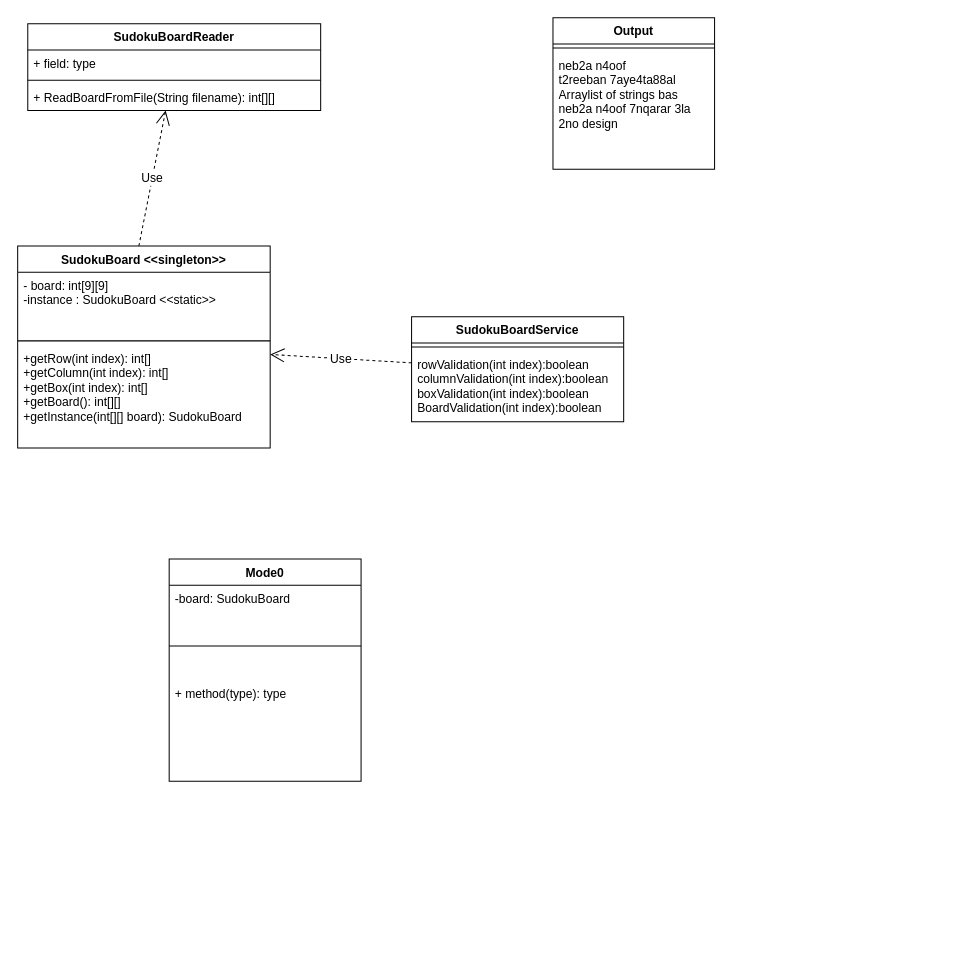
This is Class Diagram.drawio from 23010477/Lab9_Sodoku_solution_verifier, a draw.io file, before an edit. Source tidied: cells renumbered, new cells numbered last; positions are measured from the earlier drawing's top-left corner, leaving out a move shared by most shapes. Both pictures are drawn from the tidied source at 101%, with x=0, y=0 at pixel (17, 17).
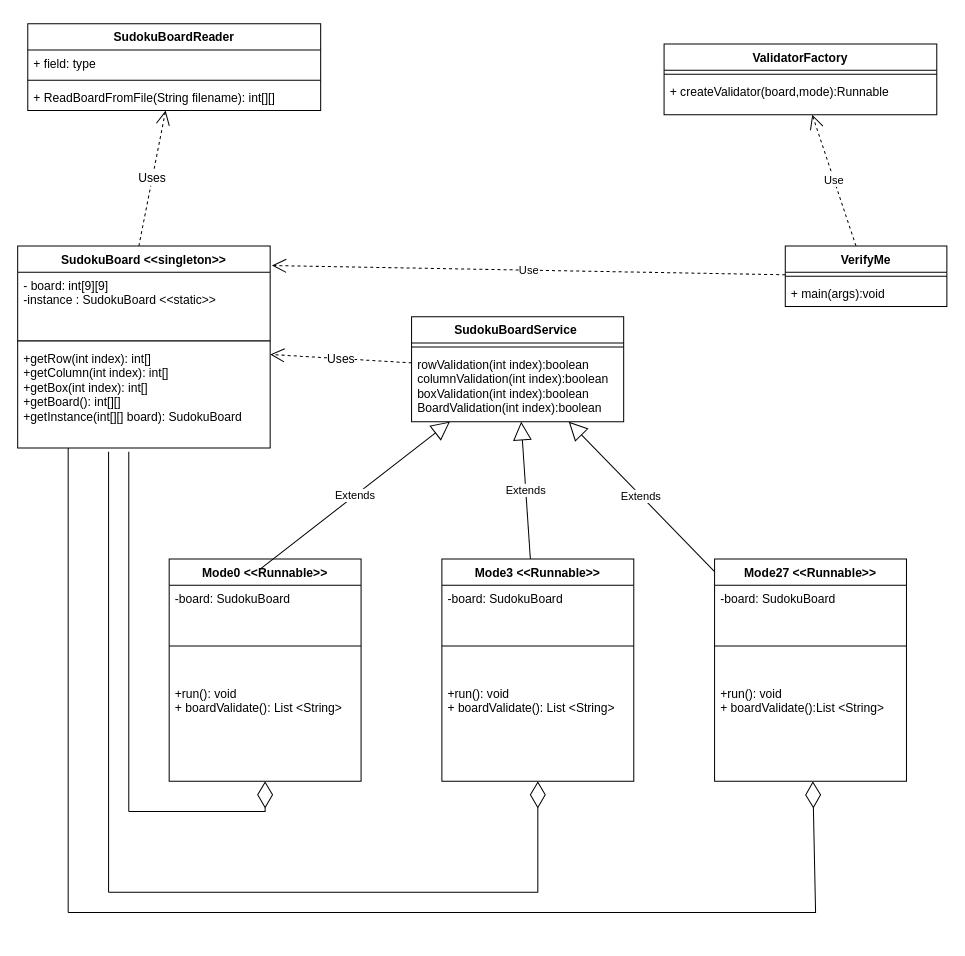
The same diagram, later.

Unchanged cells that the change refers to:
```xml
<mxCell id="2" value="SudokuBoardReader" style="swimlane;fontStyle=1;align=center;verticalAlign=top;horizontal=1;startSize=26;whiteSpace=wrap;html=1;" parent="1" vertex="1">
  <mxGeometry x="10" y="6" width="290" height="86" as="geometry" />
</mxCell>
<mxCell id="6" value="SudokuBoard &amp;lt;&amp;lt;singleton&amp;gt;&amp;gt;" style="swimlane;fontStyle=1;align=center;verticalAlign=top;horizontal=1;startSize=26;whiteSpace=wrap;html=1;" parent="1" vertex="1">
  <mxGeometry y="226" width="250" height="200" as="geometry" />
</mxCell>
<mxCell id="10" value="+getRow(int index): int[]&lt;div&gt;+getColumn(int index):&amp;nbsp;int[]&lt;/div&gt;&lt;div&gt;+getBox(int index): int[]&lt;/div&gt;&lt;div&gt;+getBoard(): int[][]&lt;br&gt;+getInstance(int[][] board): SudokuBoard&lt;/div&gt;" style="text;strokeColor=none;fillColor=none;align=left;verticalAlign=top;spacingLeft=4;spacingRight=4;overflow=hidden;points=[[0,0.5],[1,0.5]];portConstraint=eastwest;whiteSpace=wrap;html=1;" parent="6" vertex="1">
  <mxGeometry y="98" width="250" height="102" as="geometry" />
</mxCell>
```

Diff of the diagram source:
```diff
@@
-    <mxCell id="7" value="Use" style="endArrow=open;endSize=12;dashed=1;html=1;rounded=0;fontSize=12;curved=1;" parent="6" edge="1" target="2">
+    <mxCell id="7" value="Uses" style="endArrow=open;endSize=12;dashed=1;html=1;rounded=0;fontSize=12;curved=1;" parent="6" edge="1" target="2">
       <mxGeometry relative="1" as="geometry">
         <mxPoint x="120" as="sourcePoint" />
       </mxGeometry>
     </mxCell>
@@
-    <mxCell id="11" value="SudokuBoardService" style="swimlane;fontStyle=1;align=center;verticalAlign=top;horizontal=1;startSize=26;whiteSpace=wrap;html=1;" parent="1" vertex="1">
+    <mxCell id="11" value="SudokuBoardService&amp;nbsp;" style="swimlane;fontStyle=1;align=center;verticalAlign=top;horizontal=1;startSize=26;whiteSpace=wrap;html=1;" parent="1" vertex="1">
       <mxGeometry x="390" y="296" width="210" height="104" as="geometry" />
     </mxCell>
@@
-    <mxCell id="14" value="Use" style="endArrow=open;endSize=12;dashed=1;html=1;rounded=0;fontSize=12;curved=1;" parent="1" edge="1" source="11" target="6">
+    <mxCell id="14" value="Uses" style="endArrow=open;endSize=12;dashed=1;html=1;rounded=0;fontSize=12;curved=1;" parent="1" edge="1" source="11" target="6">
       <mxGeometry relative="1" as="geometry" />
     </mxCell>
-    <mxCell id="15" value="Output" style="swimlane;fontStyle=1;align=center;verticalAlign=top;horizontal=1;startSize=26;whiteSpace=wrap;html=1;" parent="1" vertex="1">
-      <mxGeometry x="530" width="160" height="150" as="geometry" />
-    </mxCell>
-    <mxCell id="16" style="line;strokeWidth=1;fillColor=none;align=left;verticalAlign=middle;spacingTop=-1;spacingLeft=3;spacingRight=3;labelPosition=right;strokeColor=inherit;" parent="15" vertex="1">
-      <mxGeometry y="26" width="160" height="8" as="geometry" />
-    </mxCell>
-    <mxCell id="17" value="neb2a n4oof&lt;div&gt;t2reeban 7aye4ta88al Arraylist of strings bas neb2a n4oof 7nqarar 3la 2no design&lt;/div&gt;" style="text;strokeColor=none;fillColor=none;align=left;verticalAlign=top;spacingLeft=4;spacingRight=4;overflow=hidden;whiteSpace=wrap;html=1;" parent="15" vertex="1">
-      <mxGeometry y="34" width="160" height="116" as="geometry" />
-    </mxCell>
-    <mxCell id="18" value="Mode0" style="swimlane;fontStyle=1;align=center;verticalAlign=top;horizontal=1;startSize=26;whiteSpace=wrap;html=1;" parent="1" vertex="1">
+    <mxCell id="18" value="Mode0 &amp;lt;&amp;lt;Runnable&amp;gt;&amp;gt;" style="swimlane;fontStyle=1;align=center;verticalAlign=top;horizontal=1;startSize=26;whiteSpace=wrap;html=1;" parent="1" vertex="1">
       <mxGeometry x="150" y="536" width="190" height="220" as="geometry" />
     </mxCell>
@@
-    <mxCell id="21" value="+ method(type): type" style="text;strokeColor=none;fillColor=none;align=left;verticalAlign=top;spacingLeft=4;spacingRight=4;overflow=hidden;whiteSpace=wrap;html=1;" parent="18" vertex="1">
+    <mxCell id="21" value="&lt;div&gt;+run(): void&lt;/div&gt;&lt;div&gt;+ boardValidate(): List &amp;lt;String&amp;gt;&lt;/div&gt;" style="text;strokeColor=none;fillColor=none;align=left;verticalAlign=top;spacingLeft=4;spacingRight=4;overflow=hidden;whiteSpace=wrap;html=1;" parent="18" vertex="1">
       <mxGeometry y="120" width="190" height="100" as="geometry" />
     </mxCell>
+    <mxCell id="22" value="Mode3&amp;nbsp;&amp;lt;&amp;lt;Runnable&amp;gt;&amp;gt;" style="swimlane;fontStyle=1;align=center;verticalAlign=top;horizontal=1;startSize=26;whiteSpace=wrap;html=1;" parent="1" vertex="1">
+      <mxGeometry x="420" y="536" width="190" height="220" as="geometry" />
+    </mxCell>
+    <mxCell id="23" value="-board: SudokuBoard" style="text;strokeColor=none;fillColor=none;align=left;verticalAlign=top;spacingLeft=4;spacingRight=4;overflow=hidden;whiteSpace=wrap;html=1;" parent="22" vertex="1">
+      <mxGeometry y="26" width="190" height="26" as="geometry" />
+    </mxCell>
+    <mxCell id="24" style="line;strokeWidth=1;fillColor=none;align=left;verticalAlign=middle;spacingTop=-1;spacingLeft=3;spacingRight=3;labelPosition=right;strokeColor=inherit;" parent="22" vertex="1">
+      <mxGeometry y="52" width="190" height="68" as="geometry" />
+    </mxCell>
+    <mxCell id="25" value="&lt;div&gt;+run(): void&lt;/div&gt;&lt;div&gt;+ boardValidate():&amp;nbsp;List &amp;lt;String&amp;gt;&lt;/div&gt;" style="text;strokeColor=none;fillColor=none;align=left;verticalAlign=top;spacingLeft=4;spacingRight=4;overflow=hidden;whiteSpace=wrap;html=1;" parent="22" vertex="1">
+      <mxGeometry y="120" width="190" height="100" as="geometry" />
+    </mxCell>
+    <mxCell id="26" value="Mode27&amp;nbsp;&amp;lt;&amp;lt;Runnable&amp;gt;&amp;gt;" style="swimlane;fontStyle=1;align=center;verticalAlign=top;horizontal=1;startSize=26;whiteSpace=wrap;html=1;" parent="1" vertex="1">
+      <mxGeometry x="690" y="536" width="190" height="220" as="geometry" />
+    </mxCell>
+    <mxCell id="27" value="-board: SudokuBoard" style="text;strokeColor=none;fillColor=none;align=left;verticalAlign=top;spacingLeft=4;spacingRight=4;overflow=hidden;whiteSpace=wrap;html=1;" parent="26" vertex="1">
+      <mxGeometry y="26" width="190" height="26" as="geometry" />
+    </mxCell>
+    <mxCell id="28" style="line;strokeWidth=1;fillColor=none;align=left;verticalAlign=middle;spacingTop=-1;spacingLeft=3;spacingRight=3;labelPosition=right;strokeColor=inherit;" parent="26" vertex="1">
+      <mxGeometry y="52" width="190" height="68" as="geometry" />
+    </mxCell>
+    <mxCell id="29" value="&lt;div&gt;+run(): void&lt;/div&gt;&lt;div&gt;+ boardValidate():List &amp;lt;String&amp;gt;&lt;/div&gt;" style="text;strokeColor=none;fillColor=none;align=left;verticalAlign=top;spacingLeft=4;spacingRight=4;overflow=hidden;whiteSpace=wrap;html=1;" parent="26" vertex="1">
+      <mxGeometry y="120" width="190" height="100" as="geometry" />
+    </mxCell>
+    <mxCell id="30" value="Extends" style="endArrow=block;endSize=16;endFill=0;html=1;rounded=0;exitX=0.474;exitY=0.045;exitDx=0;exitDy=0;exitPerimeter=0;" parent="1" edge="1" source="18" target="11">
+      <mxGeometry relative="1" as="geometry" />
+    </mxCell>
+    <mxCell id="31" value="Extends" style="endArrow=block;endSize=16;endFill=0;html=1;rounded=0;" parent="1" edge="1" source="22" target="11">
+      <mxGeometry relative="1" as="geometry" />
+    </mxCell>
+    <mxCell id="32" value="Extends" style="endArrow=block;endSize=16;endFill=0;html=1;rounded=0;" parent="1" edge="1" source="26" target="11">
+      <mxGeometry relative="1" as="geometry" />
+    </mxCell>
+    <mxCell id="33" value="ValidatorFactory" style="swimlane;fontStyle=1;align=center;verticalAlign=top;horizontal=1;startSize=26;whiteSpace=wrap;html=1;" parent="1" vertex="1">
+      <mxGeometry x="640" y="26" width="270" height="70" as="geometry" />
+    </mxCell>
+    <mxCell id="34" style="line;strokeWidth=1;fillColor=none;align=left;verticalAlign=middle;spacingTop=-1;spacingLeft=3;spacingRight=3;labelPosition=right;strokeColor=inherit;" parent="33" vertex="1">
+      <mxGeometry y="26" width="270" height="8" as="geometry" />
+    </mxCell>
+    <mxCell id="35" value="+ createValidator(board,mode):Runnable" style="text;strokeColor=none;fillColor=none;align=left;verticalAlign=top;spacingLeft=4;spacingRight=4;overflow=hidden;whiteSpace=wrap;html=1;" parent="33" vertex="1">
+      <mxGeometry y="34" width="270" height="36" as="geometry" />
+    </mxCell>
+    <mxCell id="36" value="VerifyMe" style="swimlane;fontStyle=1;align=center;verticalAlign=top;horizontal=1;startSize=26;whiteSpace=wrap;html=1;" parent="1" vertex="1">
+      <mxGeometry x="760" y="226" width="160" height="60" as="geometry" />
+    </mxCell>
+    <mxCell id="16" style="line;strokeWidth=1;fillColor=none;align=left;verticalAlign=middle;spacingTop=-1;spacingLeft=3;spacingRight=3;labelPosition=right;strokeColor=inherit;" parent="36" vertex="1">
+      <mxGeometry y="26" width="160" height="8" as="geometry" />
+    </mxCell>
+    <mxCell id="37" value="+ main(args):void" style="text;strokeColor=none;fillColor=none;align=left;verticalAlign=top;spacingLeft=4;spacingRight=4;overflow=hidden;whiteSpace=wrap;html=1;" parent="36" vertex="1">
+      <mxGeometry y="34" width="160" height="26" as="geometry" />
+    </mxCell>
+    <mxCell id="38" value="Use" style="endArrow=open;endSize=12;dashed=1;html=1;rounded=0;entryX=1.007;entryY=0.097;entryDx=0;entryDy=0;entryPerimeter=0;" parent="1" edge="1" source="36" target="6">
+      <mxGeometry relative="1" as="geometry" />
+    </mxCell>
+    <mxCell id="39" value="Use" style="endArrow=open;endSize=12;dashed=1;html=1;rounded=0;" parent="1" edge="1" source="36" target="33">
+      <mxGeometry relative="1" as="geometry" />
+    </mxCell>
+    <mxCell id="40" style="endArrow=diamondThin;endFill=0;endSize=24;html=1;rounded=0;entryX=0.5;entryY=1;entryDx=0;entryDy=0;" parent="1" edge="1" target="22">
+      <mxGeometry relative="1" as="geometry">
+        <mxPoint x="90" y="866" as="sourcePoint" />
+        <Array as="points">
+          <mxPoint x="515" y="866" />
+        </Array>
+      </mxGeometry>
+    </mxCell>
+    <mxCell id="41" style="endArrow=none;html=1;rounded=0;entryX=0.36;entryY=1.036;entryDx=0;entryDy=0;entryPerimeter=0;" parent="1" edge="1" target="10">
+      <mxGeometry relative="1" as="geometry">
+        <mxPoint x="90" y="866" as="sourcePoint" />
+      </mxGeometry>
+    </mxCell>
+    <mxCell id="42" style="endArrow=diamondThin;endFill=0;endSize=24;html=1;rounded=0;entryX=0.5;entryY=1;entryDx=0;entryDy=0;" parent="1" edge="1" target="18">
+      <mxGeometry relative="1" as="geometry">
+        <mxPoint x="110" y="786" as="sourcePoint" />
+        <Array as="points">
+          <mxPoint x="245" y="786" />
+        </Array>
+      </mxGeometry>
+    </mxCell>
+    <mxCell id="43" style="endArrow=none;html=1;rounded=0;entryX=0.44;entryY=1.036;entryDx=0;entryDy=0;entryPerimeter=0;" parent="1" edge="1" target="10">
+      <mxGeometry relative="1" as="geometry">
+        <mxPoint x="110" y="786" as="sourcePoint" />
+      </mxGeometry>
+    </mxCell>
+    <mxCell id="44" style="endArrow=diamondThin;endFill=0;endSize=24;html=1;rounded=0;" parent="1" edge="1" target="26">
+      <mxGeometry relative="1" as="geometry">
+        <mxPoint x="50" y="886" as="sourcePoint" />
+        <Array as="points">
+          <mxPoint x="790" y="886" />
+        </Array>
+      </mxGeometry>
+    </mxCell>
+    <mxCell id="45" style="endArrow=none;html=1;rounded=0;" parent="1" edge="1">
+      <mxGeometry relative="1" as="geometry">
+        <mxPoint x="50" y="886" as="sourcePoint" />
+        <mxPoint x="50" y="426" as="targetPoint" />
+      </mxGeometry>
+    </mxCell>
```
